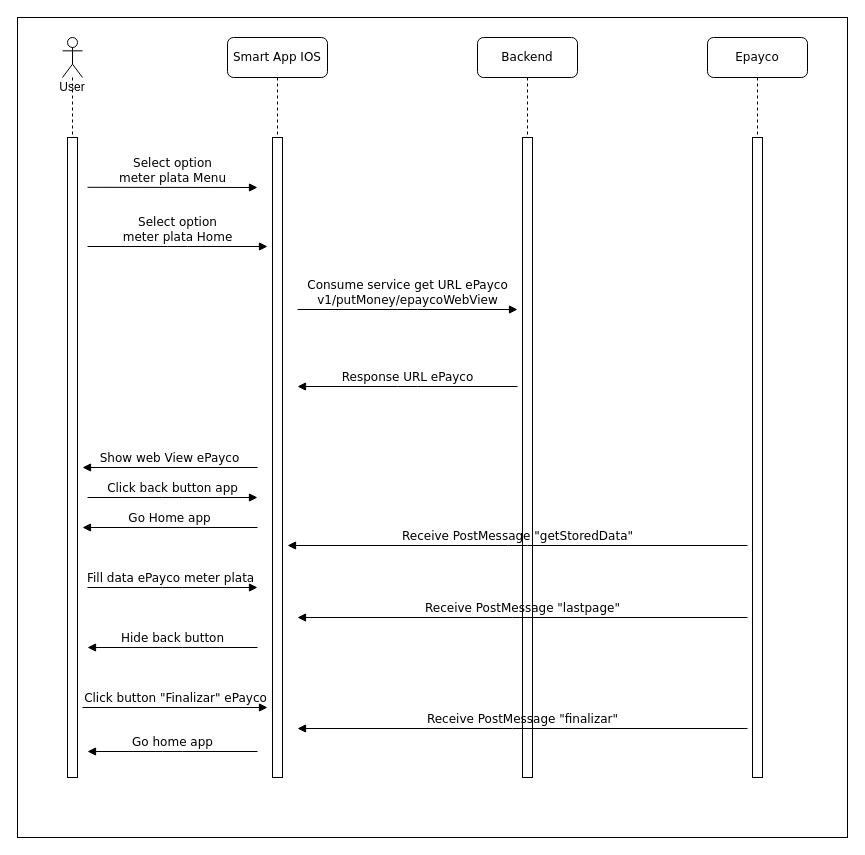
Above: R13 - Tarjeta de Credito.drawio in KingMathew/SequenceDiagram (draw.io), before the change. Source tidied: cells renumbered, new cells numbered last; positions are measured from the earlier drawing's top-left corner, leaving out a move shared by most shapes. Both pictures are drawn from the tidied source at 100%, with x=0, y=0 at pixel (17, 17).
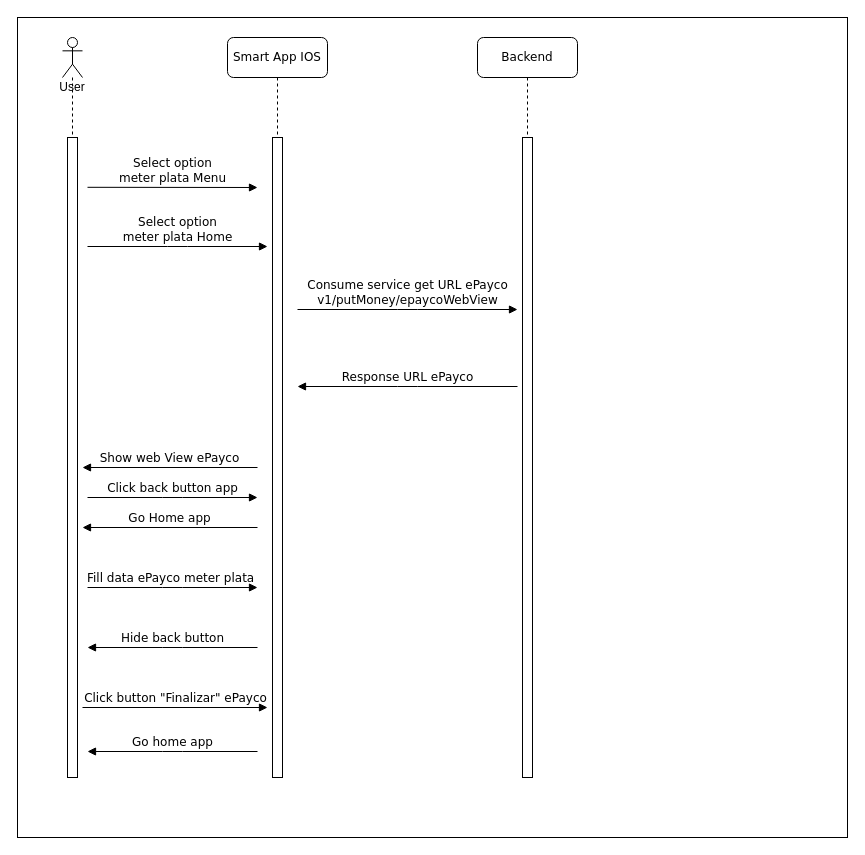
Above is the later version.

The edit, as a diff of the source:
```diff
@@
-    <mxCell id="8" value="Epayco" style="shape=umlLifeline;perimeter=lifelinePerimeter;whiteSpace=wrap;html=1;rounded=1;shadow=0;comic=0;labelBackgroundColor=none;strokeWidth=1;fontFamily=Verdana;fontSize=12;align=center;" parent="1" vertex="1">
-      <mxGeometry x="690" y="20" width="100" height="740" as="geometry" />
-    </mxCell>
-    <mxCell id="9" style="html=1;perimeter=orthogonalPerimeter;rounded=0;shadow=0;comic=0;labelBackgroundColor=none;strokeWidth=1;fontFamily=Verdana;fontSize=12;align=center;" parent="8" vertex="1">
-      <mxGeometry x="45" y="100" width="10" height="640" as="geometry" />
-    </mxCell>
@@
-    <mxCell id="18" value="Receive PostMessage &quot;finalizar&quot;" style="html=1;verticalAlign=bottom;endArrow=block;labelBackgroundColor=none;fontFamily=Verdana;fontSize=12;edgeStyle=elbowEdgeStyle;elbow=vertical;" parent="1" edge="1">
-      <mxGeometry relative="1" as="geometry">
-        <mxPoint x="730" y="711" as="sourcePoint" />
-        <mxPoint x="280" y="711" as="targetPoint" />
-      </mxGeometry>
-    </mxCell>
-    <mxCell id="19" value="Receive PostMessage &quot;lastpage&quot;" style="html=1;verticalAlign=bottom;endArrow=block;labelBackgroundColor=none;fontFamily=Verdana;fontSize=12;edgeStyle=elbowEdgeStyle;elbow=vertical;" parent="1" edge="1">
-      <mxGeometry relative="1" as="geometry">
-        <mxPoint x="730" y="600" as="sourcePoint" />
-        <mxPoint x="280" y="600" as="targetPoint" />
-      </mxGeometry>
-    </mxCell>
@@
-    <mxCell id="24" value="Receive PostMessage &quot;getStoredData&quot;" style="html=1;verticalAlign=bottom;endArrow=block;labelBackgroundColor=none;fontFamily=Verdana;fontSize=12;edgeStyle=elbowEdgeStyle;elbow=vertical;" parent="1" edge="1">
-      <mxGeometry relative="1" as="geometry">
-        <mxPoint x="730" y="528" as="sourcePoint" />
-        <mxPoint x="270" y="528" as="targetPoint" />
-      </mxGeometry>
-    </mxCell>
```
